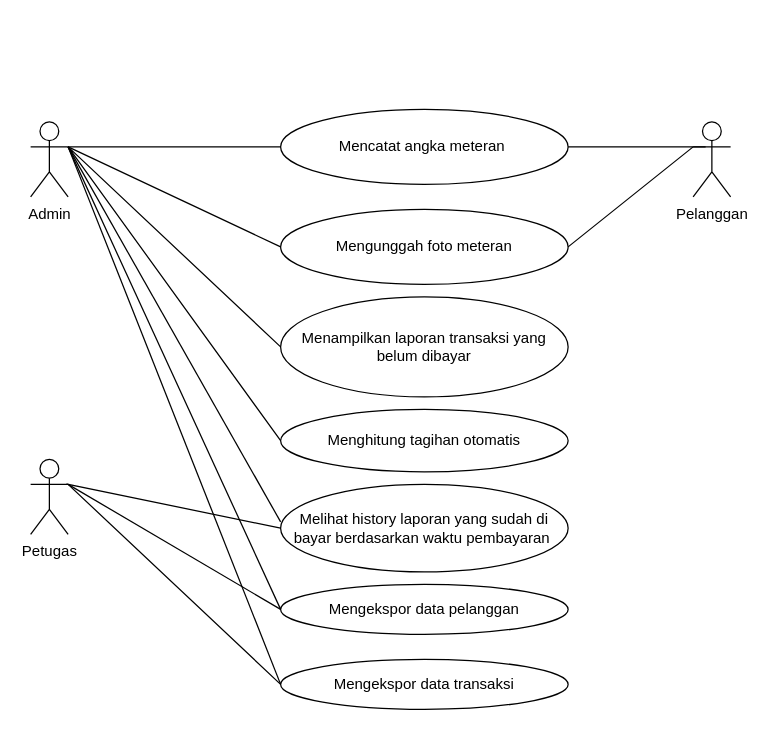
Above: AirpamUseCase.drawio in Noorania/kreasi (draw.io), before the change. Source tidied: cells renumbered, new cells numbered last; positions are measured from the earlier drawing's top-left corner, leaving out a move shared by most shapes. Both pictures are drawn from the tidied source at 125%, with x=0, y=0 at pixel (30, 109).
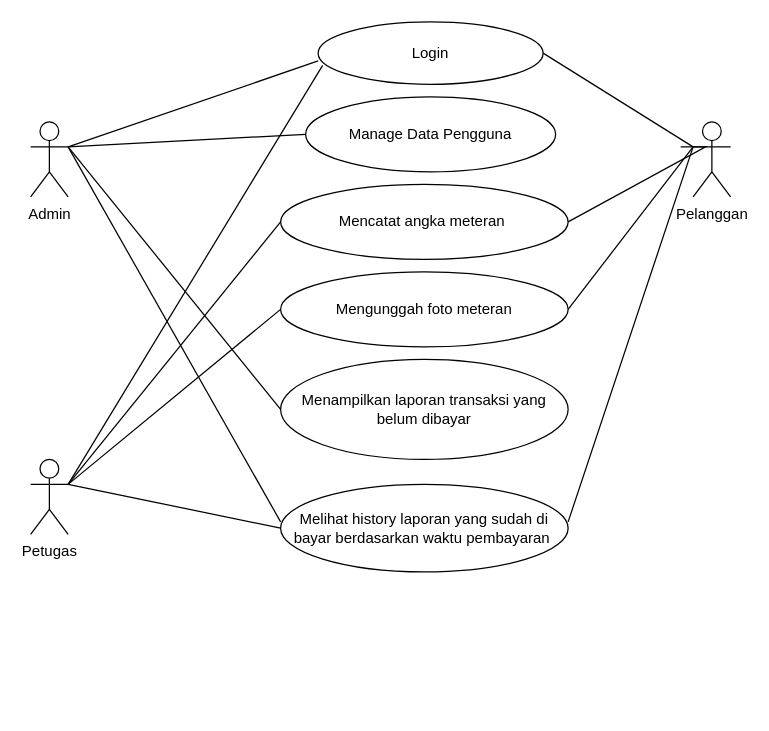
The same diagram, later.

Unchanged cells that the change refers to:
```xml
<mxCell id="2" value="Admin" style="shape=umlActor;verticalLabelPosition=bottom;verticalAlign=top;html=1;outlineConnect=0;" parent="1" vertex="1">
  <mxGeometry y="10" width="30" height="60" as="geometry" />
</mxCell>
<mxCell id="3" value="Petugas&lt;div&gt;&lt;br&gt;&lt;/div&gt;" style="shape=umlActor;verticalLabelPosition=bottom;verticalAlign=top;html=1;outlineConnect=0;" parent="1" vertex="1">
  <mxGeometry y="280" width="30" height="60" as="geometry" />
</mxCell>
<mxCell id="9" value="Melihat history laporan yang sudah di bayar berdasarkan waktu pembayaran&amp;nbsp;" style="ellipse;whiteSpace=wrap;html=1;" parent="1" vertex="1">
  <mxGeometry x="200" y="300" width="230" height="70" as="geometry" />
</mxCell>
```

The edit, as a diff of the source:
```diff
@@
     <mxCell id="5" value="Mencatat angka meteran&amp;nbsp;" style="ellipse;whiteSpace=wrap;html=1;" parent="1" vertex="1">
-      <mxGeometry x="200" width="230" height="60" as="geometry" />
+      <mxGeometry x="200" y="60" width="230" height="60" as="geometry" />
     </mxCell>
     <mxCell id="6" value="Mengunggah foto meteran" style="ellipse;whiteSpace=wrap;html=1;" parent="1" vertex="1">
-      <mxGeometry x="200" y="80" width="230" height="60" as="geometry" />
+      <mxGeometry x="200" y="130" width="230" height="60" as="geometry" />
     </mxCell>
     <mxCell id="7" value="Menampilkan laporan transaksi yang belum dibayar" style="ellipse;whiteSpace=wrap;html=1;" parent="1" vertex="1">
-      <mxGeometry x="200" y="150" width="230" height="80" as="geometry" />
+      <mxGeometry x="200" y="200" width="230" height="80" as="geometry" />
     </mxCell>
-    <mxCell id="8" value="Menghitung tagihan otomatis" style="ellipse;whiteSpace=wrap;html=1;" parent="1" vertex="1">
-      <mxGeometry x="200" y="240" width="230" height="50" as="geometry" />
-    </mxCell>
@@
-    <mxCell id="10" value="Mengekspor data pelanggan" style="ellipse;whiteSpace=wrap;html=1;" parent="1" vertex="1">
-      <mxGeometry x="200" y="380" width="230" height="40" as="geometry" />
-    </mxCell>
-    <mxCell id="11" value="Mengekspor data transaksi" style="ellipse;whiteSpace=wrap;html=1;" parent="1" vertex="1">
-      <mxGeometry x="200" y="440" width="230" height="40" as="geometry" />
-    </mxCell>
-    <mxCell id="12" style="endArrow=none;html=1;rounded=0;entryX=0;entryY=0.5;entryDx=0;entryDy=0;" parent="1" edge="1" target="10">
-      <mxGeometry relative="1" as="geometry">
-        <mxPoint x="30" y="300" as="sourcePoint" />
-      </mxGeometry>
-    </mxCell>
-    <mxCell id="13" style="endArrow=none;html=1;rounded=0;exitX=0;exitY=0.5;exitDx=0;exitDy=0;entryX=0;entryY=0.5;entryDx=0;entryDy=0;" parent="1" edge="1" source="11" target="9">
-      <mxGeometry relative="1" as="geometry">
-        <Array as="points">
-          <mxPoint x="30" y="300" />
-        </Array>
-      </mxGeometry>
-    </mxCell>
-    <mxCell id="14" style="endArrow=none;html=1;rounded=0;entryX=0;entryY=0.5;entryDx=0;entryDy=0;exitX=0;exitY=0.5;exitDx=0;exitDy=0;" parent="1" edge="1" source="8" target="7">
-      <mxGeometry relative="1" as="geometry">
-        <Array as="points">
-          <mxPoint x="30" y="30" />
-        </Array>
-      </mxGeometry>
-    </mxCell>
@@
     <mxCell id="18" style="endArrow=none;html=1;rounded=0;exitX=0;exitY=0.5;exitDx=0;exitDy=0;" parent="1" edge="1" source="6">
       <mxGeometry relative="1" as="geometry">
-        <mxPoint x="30" y="30" as="targetPoint" />
+        <mxPoint x="30" y="300" as="targetPoint" />
       </mxGeometry>
     </mxCell>
-    <mxCell id="19" style="endArrow=none;html=1;rounded=0;entryX=1;entryY=0.3333333333333333;entryDx=0;entryDy=0;entryPerimeter=0;exitX=0;exitY=0.5;exitDx=0;exitDy=0;" parent="1" edge="1" source="5" target="2">
-      <mxGeometry relative="1" as="geometry" />
+    <mxCell id="19" style="endArrow=none;html=1;rounded=0;exitX=0;exitY=0.5;exitDx=0;exitDy=0;" parent="1" edge="1" source="5">
+      <mxGeometry relative="1" as="geometry">
+        <mxPoint x="30" y="300" as="targetPoint" />
+      </mxGeometry>
     </mxCell>
-    <mxCell id="20" style="endArrow=none;html=1;rounded=0;entryX=1;entryY=0.3333333333333333;entryDx=0;entryDy=0;entryPerimeter=0;exitX=0;exitY=0.5;exitDx=0;exitDy=0;" parent="1" edge="1" source="10" target="2">
-      <mxGeometry relative="1" as="geometry" />
-    </mxCell>
-    <mxCell id="21" style="endArrow=none;html=1;rounded=0;" parent="1" edge="1">
-      <mxGeometry relative="1" as="geometry">
-        <mxPoint x="200" y="460" as="sourcePoint" />
-        <mxPoint x="30" y="30" as="targetPoint" />
-      </mxGeometry>
-    </mxCell>
+    <mxCell id="22" style="endArrow=none;html=1;rounded=0;exitX=0;exitY=0.5;exitDx=0;exitDy=0;entryX=1;entryY=0.3333333333333333;entryDx=0;entryDy=0;entryPerimeter=0;" parent="1" edge="1" source="7" target="2">
+      <mxGeometry relative="1" as="geometry" />
+    </mxCell>
+    <mxCell id="23" value="Login" style="ellipse;whiteSpace=wrap;html=1;" parent="1" vertex="1">
+      <mxGeometry x="230" y="-70" width="180" height="50" as="geometry" />
+    </mxCell>
+    <mxCell id="24" style="endArrow=none;html=1;rounded=0;entryX=0;entryY=0.625;entryDx=0;entryDy=0;entryPerimeter=0;exitX=1;exitY=0.3333333333333333;exitDx=0;exitDy=0;exitPerimeter=0;" parent="1" edge="1" source="2" target="23">
+      <mxGeometry relative="1" as="geometry" />
+    </mxCell>
+    <mxCell id="25" value="Manage Data Pengguna" style="ellipse;whiteSpace=wrap;html=1;" parent="1" vertex="1">
+      <mxGeometry x="220" y="-10" width="200" height="60" as="geometry" />
+    </mxCell>
+    <mxCell id="26" style="endArrow=none;html=1;rounded=0;entryX=0;entryY=0.5;entryDx=0;entryDy=0;exitX=1;exitY=0.3333333333333333;exitDx=0;exitDy=0;exitPerimeter=0;" parent="1" edge="1" source="2" target="25">
+      <mxGeometry relative="1" as="geometry" />
+    </mxCell>
+    <mxCell id="27" style="endArrow=none;html=1;rounded=0;exitX=1;exitY=0.5;exitDx=0;exitDy=0;" parent="1" edge="1" source="23">
+      <mxGeometry relative="1" as="geometry">
+        <mxPoint x="530" y="30" as="targetPoint" />
+      </mxGeometry>
+    </mxCell>
+    <mxCell id="28" style="endArrow=none;html=1;rounded=0;entryX=0.02;entryY=0.695;entryDx=0;entryDy=0;entryPerimeter=0;" parent="1" edge="1" target="23">
+      <mxGeometry relative="1" as="geometry">
+        <mxPoint x="30" y="300" as="sourcePoint" />
+      </mxGeometry>
+    </mxCell>
+    <mxCell id="29" style="endArrow=none;html=1;rounded=0;" parent="1" edge="1">
+      <mxGeometry relative="1" as="geometry">
+        <mxPoint x="430" y="330" as="sourcePoint" />
+        <mxPoint x="530" y="30" as="targetPoint" />
+      </mxGeometry>
+    </mxCell>
+    <mxCell id="30" style="endArrow=none;html=1;rounded=0;exitX=1;exitY=0.3333333333333333;exitDx=0;exitDy=0;exitPerimeter=0;entryX=0;entryY=0.5;entryDx=0;entryDy=0;" parent="1" edge="1" source="3" target="9">
+      <mxGeometry relative="1" as="geometry" />
+    </mxCell>
```
